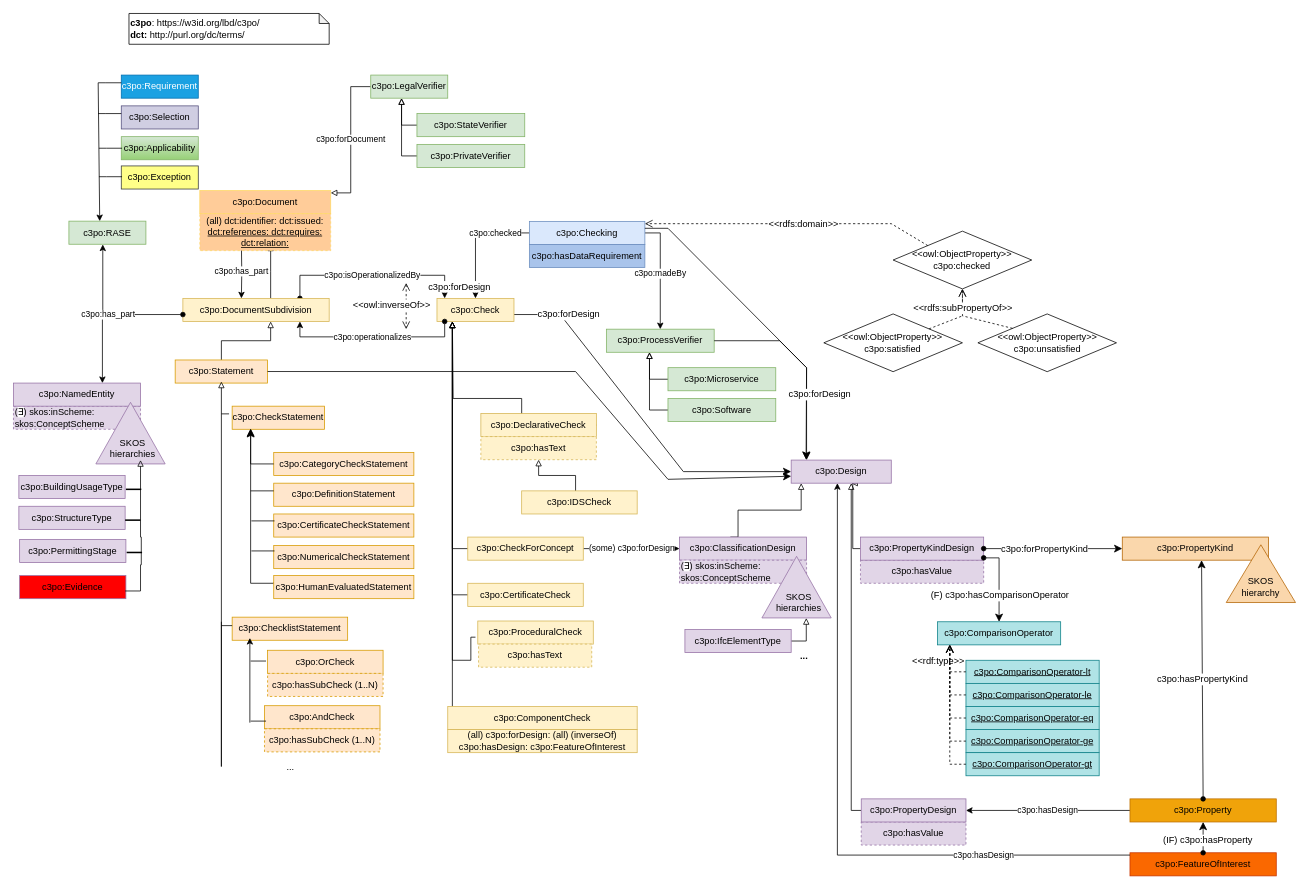
Before: page "c3po" (1 of 6) of c3po.drawio in Accord-Project/aec3po, a draw.io diagram. Source tidied: cells renumbered, new cells numbered last; positions are measured from the earlier drawing's top-left corner, leaving out a move shared by most shapes. Both pictures are drawn from the tidied source at 77%, with x=0, y=0 at pixel (13, 13).
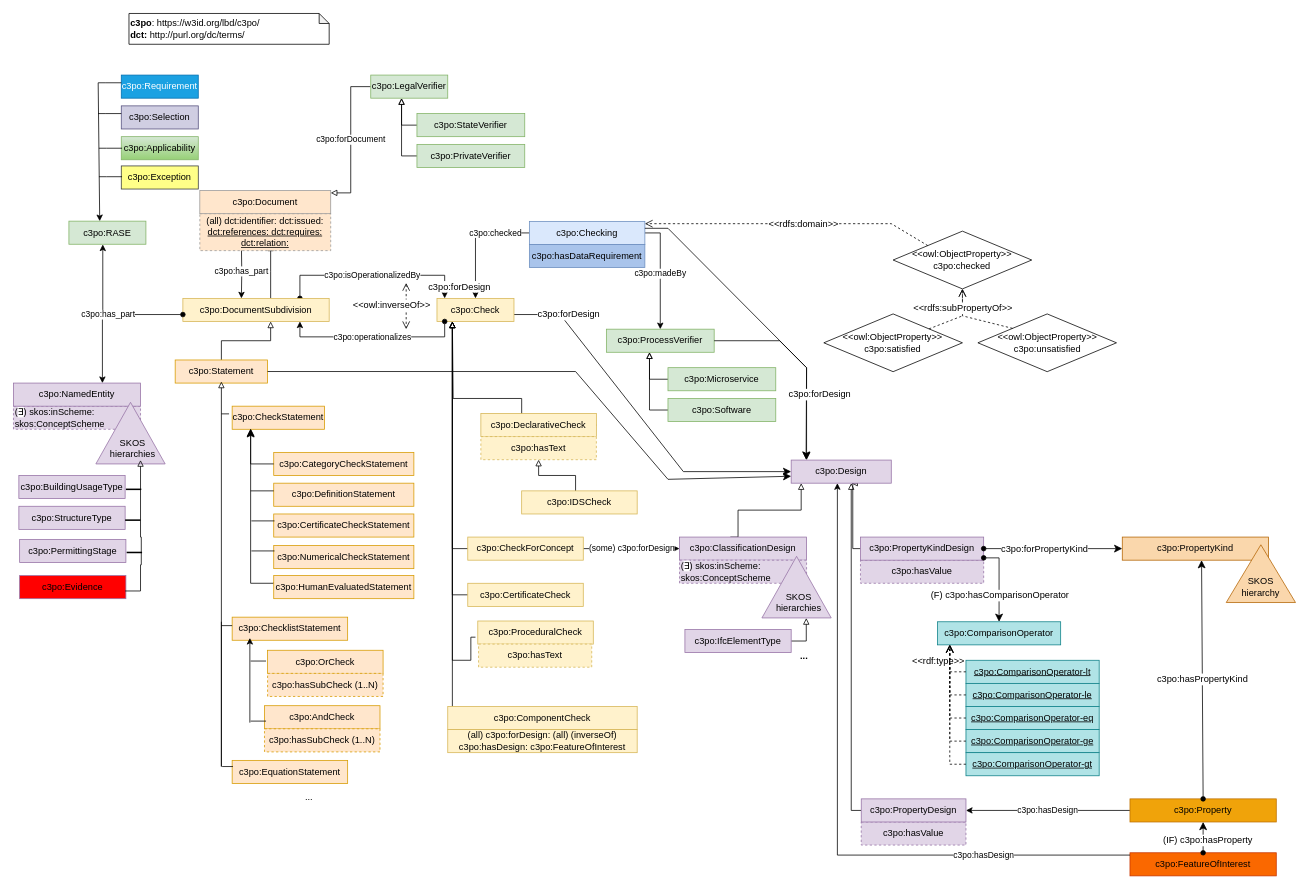
After the change.

What changed in the source:
```diff
@@
     <mxCell id="137" value="..." style="text;html=1;strokeColor=none;fillColor=none;align=center;verticalAlign=middle;whiteSpace=wrap;rounded=0;" parent="1" vertex="1">
-      <mxGeometry x="330" y="964" width="60" height="30" as="geometry" />
+      <mxGeometry x="354" y="1003" width="60" height="30" as="geometry" />
     </mxCell>
-    <mxCell id="138" value="(all) dct:identifier: dct:issued: &lt;u&gt;dct:references: dct:requires: dct:relation:&lt;/u&gt;" style="rounded=0;whiteSpace=wrap;html=1;dashed=1;shadow=0;strokeColor=#FFD966;fillColor=#FFCC99;" parent="1" vertex="1">
+    <mxCell id="138" value="(all) dct:identifier: dct:issued: &lt;u&gt;dct:references: dct:requires: dct:relation:&lt;/u&gt;" style="rounded=0;whiteSpace=wrap;html=1;dashed=1;shadow=0;strokeColor=#999999;fillColor=#FFE6CC;" parent="1" vertex="1">
       <mxGeometry x="242" y="260" width="170" height="48" as="geometry" />
     </mxCell>
-    <mxCell id="139" value="c3po:Document" style="rounded=0;whiteSpace=wrap;html=1;snapToPoint=1;points=[[0.1,0],[0.2,0],[0.3,0],[0.4,0],[0.5,0],[0.6,0],[0.7,0],[0.8,0],[0.9,0],[0,0.1],[0,0.3],[0,0.5],[0,0.7],[0,0.9],[0.1,1],[0.2,1],[0.3,1],[0.4,1],[0.5,1],[0.6,1],[0.7,1],[0.8,1],[0.9,1],[1,0.1],[1,0.3],[1,0.5],[1,0.7],[1,0.9]];shadow=0;strokeColor=#FFD966;fillColor=#FFCC99;" parent="1" vertex="1">
+    <mxCell id="139" value="c3po:Document" style="rounded=0;whiteSpace=wrap;html=1;snapToPoint=1;points=[[0.1,0],[0.2,0],[0.3,0],[0.4,0],[0.5,0],[0.6,0],[0.7,0],[0.8,0],[0.9,0],[0,0.1],[0,0.3],[0,0.5],[0,0.7],[0,0.9],[0.1,1],[0.2,1],[0.3,1],[0.4,1],[0.5,1],[0.6,1],[0.7,1],[0.8,1],[0.9,1],[1,0.1],[1,0.3],[1,0.5],[1,0.7],[1,0.9]];shadow=0;strokeColor=#999999;fillColor=#FFE6CC;" parent="1" vertex="1">
       <mxGeometry x="242" y="230" width="170" height="30" as="geometry" />
     </mxCell>
@@
+    <mxCell id="149" value="c3po:EquationStatement" style="rounded=0;whiteSpace=wrap;html=1;fillColor=#ffe6cc;strokeColor=#d79b00;" parent="1" vertex="1">
+      <mxGeometry x="284" y="970" width="150" height="30" as="geometry" />
+    </mxCell>
+    <mxCell id="150" style="endArrow=none;html=1;rounded=0;" parent="1" edge="1">
+      <mxGeometry relative="1" as="geometry">
+        <mxPoint x="271" y="978" as="sourcePoint" />
+        <mxPoint x="285" y="978" as="targetPoint" />
+      </mxGeometry>
+    </mxCell>
```
